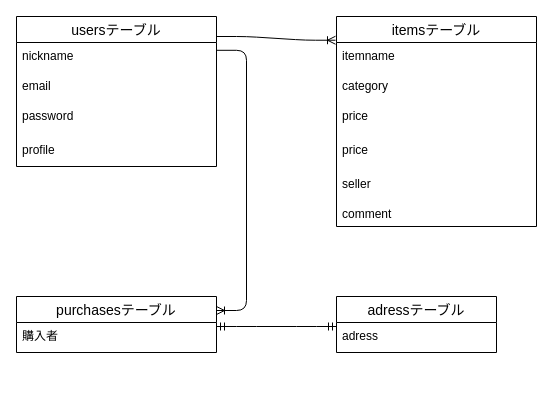
Above: app/test.dio in kei422211613/furima-39092 (draw.io), before the change. Source tidied: cells renumbered, new cells numbered last; positions are measured from the earlier drawing's top-left corner, leaving out a move shared by most shapes. Both pictures are drawn from the tidied source at 100%, with x=0, y=0 at pixel (16, 16).
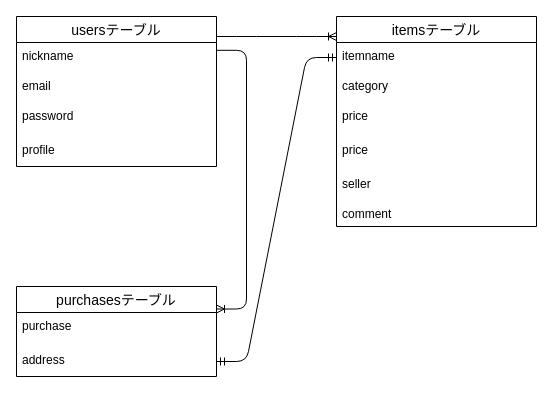
The same page after the edit.

The change refers to these unchanged cells:
```xml
<mxCell id="6" value="itemsテーブル" style="swimlane;fontStyle=0;horizontal=1;startSize=26;align=center;fontSize=14;" parent="1" vertex="1">
  <mxGeometry x="320" width="200" height="210" as="geometry" />
</mxCell>
<mxCell id="7" value="itemname" style="text;strokeColor=none;fillColor=none;spacingLeft=4;spacingRight=4;overflow=hidden;points=[[0,0.5],[1,0.5]];portConstraint=eastwest;fontSize=12;" parent="6" vertex="1">
  <mxGeometry y="26" width="200" height="30" as="geometry" />
</mxCell>
```

The edit, as a diff of the source:
```diff
@@
     <mxCell id="12" value="purchasesテーブル" style="swimlane;fontStyle=0;horizontal=1;startSize=26;align=center;fontSize=14;" parent="1" vertex="1">
-      <mxGeometry y="280" width="200" height="56" as="geometry" />
+      <mxGeometry y="270" width="200" height="90" as="geometry" />
     </mxCell>
-    <mxCell id="13" value="購入者" style="text;strokeColor=none;fillColor=none;spacingLeft=4;spacingRight=4;overflow=hidden;points=[[0,0.5],[1,0.5]];portConstraint=eastwest;fontSize=12;" parent="12" vertex="1">
-      <mxGeometry y="26" width="200" height="30" as="geometry" />
+    <mxCell id="13" value="purchase" style="text;strokeColor=none;fillColor=none;spacingLeft=4;spacingRight=4;overflow=hidden;points=[[0,0.5],[1,0.5]];portConstraint=eastwest;fontSize=12;" parent="12" vertex="1">
+      <mxGeometry y="26" width="200" height="34" as="geometry" />
     </mxCell>
-    <mxCell id="14" value="adressテーブル" style="swimlane;fontStyle=0;horizontal=1;startSize=26;align=center;fontSize=14;" parent="1" vertex="1">
-      <mxGeometry x="320" y="280" width="160" height="56" as="geometry" />
-    </mxCell>
-    <mxCell id="15" value="adress" style="text;strokeColor=none;fillColor=none;spacingLeft=4;spacingRight=4;overflow=hidden;fontSize=12;" parent="14" vertex="1">
-      <mxGeometry y="26" width="160" height="30" as="geometry" />
-    </mxCell>
+    <mxCell id="21" style="edgeStyle=none;html=1;" parent="12" edge="1" source="22" target="13">
+      <mxGeometry relative="1" as="geometry" />
+    </mxCell>
+    <mxCell id="22" value="address" style="text;strokeColor=none;fillColor=none;spacingLeft=4;spacingRight=4;overflow=hidden;points=[[0,0.5],[1,0.5]];portConstraint=eastwest;fontSize=12;" parent="12" vertex="1">
+      <mxGeometry y="60" width="200" height="30" as="geometry" />
+    </mxCell>
-    <mxCell id="16" style="edgeStyle=entityRelationEdgeStyle;fontSize=12;html=1;endArrow=ERoneToMany;entryX=-0.005;entryY=0.113;entryDx=0;entryDy=0;entryPerimeter=0;" parent="1" edge="1" target="6">
+    <mxCell id="16" style="edgeStyle=entityRelationEdgeStyle;fontSize=12;html=1;endArrow=ERoneToMany;" parent="1" edge="1">
       <mxGeometry relative="1" as="geometry">
         <mxPoint x="200" y="20" as="sourcePoint" />
+        <mxPoint x="320" y="20" as="targetPoint" />
       </mxGeometry>
     </mxCell>
@@
-    <mxCell id="18" style="edgeStyle=entityRelationEdgeStyle;fontSize=12;html=1;endArrow=ERmandOne;startArrow=ERmandOne;" parent="1" edge="1">
-      <mxGeometry relative="1" as="geometry">
-        <mxPoint x="200" y="310" as="sourcePoint" />
-        <mxPoint x="320" y="310" as="targetPoint" />
-      </mxGeometry>
-    </mxCell>
@@
+    <mxCell id="23" style="edgeStyle=entityRelationEdgeStyle;fontSize=12;html=1;endArrow=ERmandOne;startArrow=ERmandOne;exitX=1;exitY=0.5;exitDx=0;exitDy=0;entryX=0;entryY=0.5;entryDx=0;entryDy=0;" parent="1" edge="1" source="22" target="7">
+      <mxGeometry relative="1" as="geometry" />
+    </mxCell>
```
